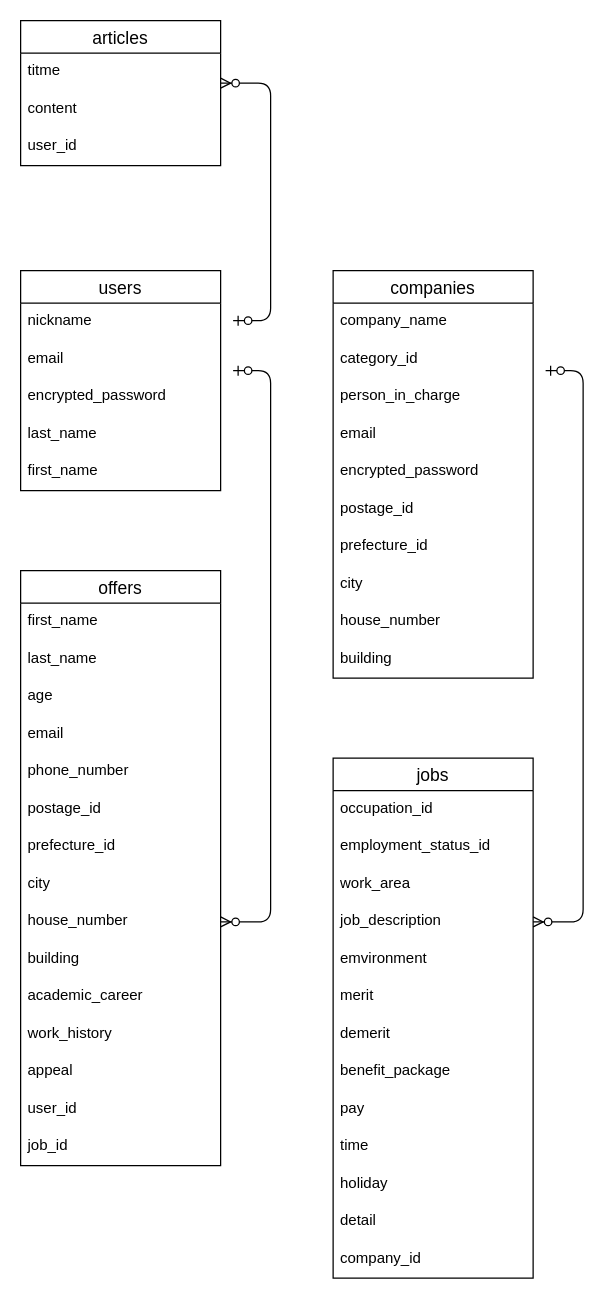
dwarfsawfish/tsunagu keeps this draw.io diagram as tsunagu.dio. Above is the earlier version. Source tidied: cells renumbered, new cells numbered last; positions are measured from the earlier drawing's top-left corner, leaving out a move shared by most shapes. Both pictures are drawn from the tidied source at 125%, with x=0, y=0 at pixel (20, 20).
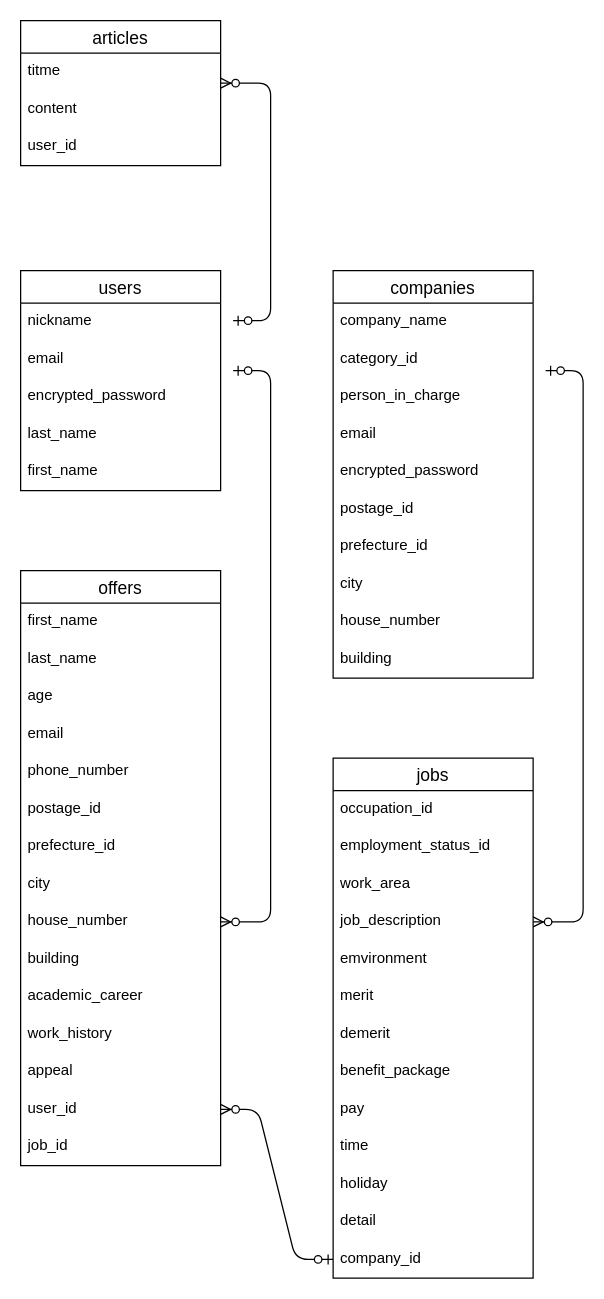
The same diagram, later.

Unchanged cells that the change refers to:
```xml
<mxCell id="22" value="user_id" style="text;strokeColor=none;fillColor=none;spacingLeft=4;spacingRight=4;overflow=hidden;points=[[0,0.5],[1,0.5]];portConstraint=eastwest;fontSize=12;" parent="8" vertex="1">
  <mxGeometry y="416" width="160" height="30" as="geometry" />
</mxCell>
<mxCell id="48" value="company_id" style="text;strokeColor=none;fillColor=none;spacingLeft=4;spacingRight=4;overflow=hidden;points=[[0,0.5],[1,0.5]];portConstraint=eastwest;fontSize=12;" parent="35" vertex="1">
  <mxGeometry y="386" width="160" height="30" as="geometry" />
</mxCell>
```

Diff of the diagram source:
```diff
@@
+    <mxCell id="56" style="edgeStyle=entityRelationEdgeStyle;fontSize=12;html=1;endArrow=ERzeroToMany;startArrow=ERzeroToOne;exitX=0;exitY=0.5;exitDx=0;exitDy=0;" parent="1" edge="1" source="48" target="22">
+      <mxGeometry relative="1" as="geometry" />
+    </mxCell>
```
